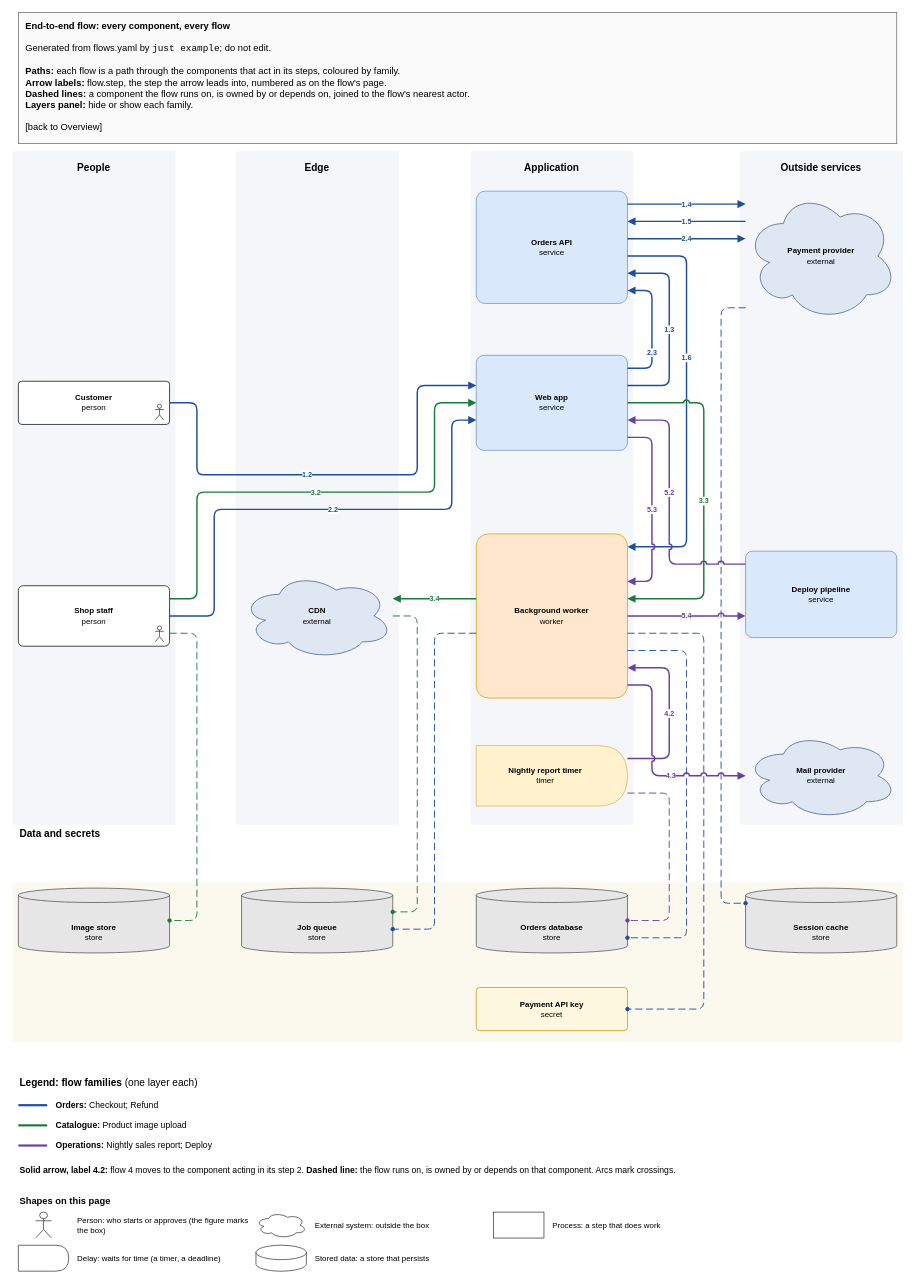
This is page "End-to-end flow" (2 of 7) of specialists/platform/skill-drawio/examples/shop/drawio/flows.drawio from amalikn/skills_stuff, a draw.io file, before an edit. Source tidied: cells renumbered, new cells numbered last; positions are measured from the earlier drawing's top-left corner, leaving out a move shared by most shapes. Both pictures are drawn from the tidied source at 72%, with x=0, y=0 at pixel (12, 12).
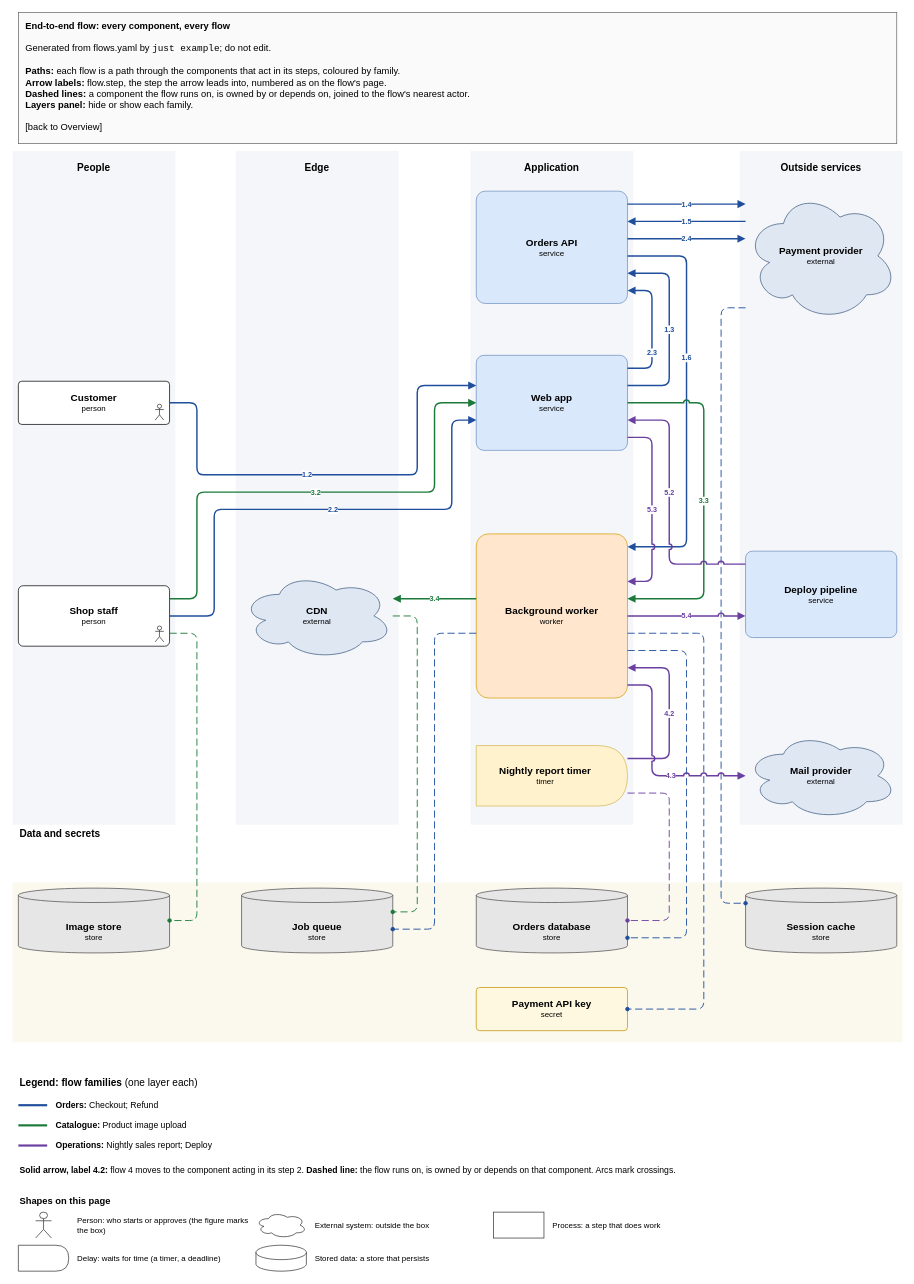
The same page after the edit.

Change to the diagram source:
```diff
@@
-    <mxCell id="16" value="&lt;b&gt;Customer&lt;/b&gt;&lt;br&gt;person" style="rounded=1;whiteSpace=wrap;html=1;fillColor=#ffffff;strokeColor=#000000;fontSize=11;arcSize=8;fontSize=11;verticalAlign=middle;spacingLeft=6;spacingRight=6;" parent="1" vertex="1">
+    <mxCell id="16" value="&lt;span style=&quot;font-size:125%&quot;&gt;&lt;b&gt;Customer&lt;/b&gt;&lt;/span&gt;&lt;br&gt;person" style="rounded=1;whiteSpace=wrap;html=1;fillColor=#ffffff;strokeColor=#000000;fontSize=11;arcSize=8;fontSize=11;verticalAlign=middle;spacingLeft=6;spacingRight=6;" parent="1" vertex="1">
       <mxGeometry x="8" y="512" width="210" height="60" as="geometry" />
     </mxCell>
@@
-    <mxCell id="18" value="&lt;b&gt;Shop staff&lt;/b&gt;&lt;br&gt;person" style="rounded=1;whiteSpace=wrap;html=1;fillColor=#ffffff;strokeColor=#000000;fontSize=11;arcSize=8;fontSize=11;verticalAlign=middle;spacingLeft=6;spacingRight=6;" parent="1" vertex="1">
+    <mxCell id="18" value="&lt;span style=&quot;font-size:125%&quot;&gt;&lt;b&gt;Shop staff&lt;/b&gt;&lt;/span&gt;&lt;br&gt;person" style="rounded=1;whiteSpace=wrap;html=1;fillColor=#ffffff;strokeColor=#000000;fontSize=11;arcSize=8;fontSize=11;verticalAlign=middle;spacingLeft=6;spacingRight=6;" parent="1" vertex="1">
       <mxGeometry x="8" y="796" width="210" height="84" as="geometry" />
     </mxCell>
@@
-    <mxCell id="20" value="&lt;b&gt;CDN&lt;/b&gt;&lt;br&gt;external" style="rounded=1;whiteSpace=wrap;html=1;fillColor=#dfe7f3;strokeColor=#3d5a80;fontSize=11;arcSize=8;fontSize=11;verticalAlign=middle;spacingLeft=6;spacingRight=6;ellipse;shape=cloud;spacingLeft=16;spacingRight=16;spacingTop=10;align=center;verticalAlign=middle;spacingLeft=34;spacingRight=34;spacingTop=10;spacingBottom=10;" parent="1" vertex="1">
+    <mxCell id="20" value="&lt;span style=&quot;font-size:125%&quot;&gt;&lt;b&gt;CDN&lt;/b&gt;&lt;/span&gt;&lt;br&gt;external" style="rounded=1;whiteSpace=wrap;html=1;fillColor=#dfe7f3;strokeColor=#3d5a80;fontSize=11;arcSize=8;fontSize=11;verticalAlign=middle;spacingLeft=6;spacingRight=6;ellipse;shape=cloud;spacingLeft=16;spacingRight=16;spacingTop=10;align=center;verticalAlign=middle;spacingLeft=34;spacingRight=34;spacingTop=10;spacingBottom=10;" parent="1" vertex="1">
       <mxGeometry x="318" y="778" width="210" height="120" as="geometry" />
     </mxCell>
-    <mxCell id="21" value="&lt;b&gt;Web app&lt;/b&gt;&lt;br&gt;service" style="rounded=1;whiteSpace=wrap;html=1;fillColor=#dae8fc;strokeColor=#6c8ebf;fontSize=11;arcSize=8;fontSize=11;verticalAlign=middle;spacingLeft=6;spacingRight=6;" parent="1" vertex="1">
+    <mxCell id="21" value="&lt;span style=&quot;font-size:125%&quot;&gt;&lt;b&gt;Web app&lt;/b&gt;&lt;/span&gt;&lt;br&gt;service" style="rounded=1;whiteSpace=wrap;html=1;fillColor=#dae8fc;strokeColor=#6c8ebf;fontSize=11;arcSize=8;fontSize=11;verticalAlign=middle;spacingLeft=6;spacingRight=6;" parent="1" vertex="1">
       <mxGeometry x="644" y="476" width="210" height="132" as="geometry" />
     </mxCell>
-    <mxCell id="22" value="&lt;b&gt;Orders API&lt;/b&gt;&lt;br&gt;service" style="rounded=1;whiteSpace=wrap;html=1;fillColor=#dae8fc;strokeColor=#6c8ebf;fontSize=11;arcSize=8;fontSize=11;verticalAlign=middle;spacingLeft=6;spacingRight=6;" parent="1" vertex="1">
+    <mxCell id="22" value="&lt;span style=&quot;font-size:125%&quot;&gt;&lt;b&gt;Orders API&lt;/b&gt;&lt;/span&gt;&lt;br&gt;service" style="rounded=1;whiteSpace=wrap;html=1;fillColor=#dae8fc;strokeColor=#6c8ebf;fontSize=11;arcSize=8;fontSize=11;verticalAlign=middle;spacingLeft=6;spacingRight=6;" parent="1" vertex="1">
       <mxGeometry x="644" y="248" width="210" height="156" as="geometry" />
     </mxCell>
-    <mxCell id="23" value="&lt;b&gt;Background worker&lt;/b&gt;&lt;br&gt;worker" style="rounded=1;whiteSpace=wrap;html=1;fillColor=#ffe6cc;strokeColor=#d79b00;fontSize=11;arcSize=8;fontSize=11;verticalAlign=middle;spacingLeft=6;spacingRight=6;" parent="1" vertex="1">
+    <mxCell id="23" value="&lt;span style=&quot;font-size:125%&quot;&gt;&lt;b&gt;Background worker&lt;/b&gt;&lt;/span&gt;&lt;br&gt;worker" style="rounded=1;whiteSpace=wrap;html=1;fillColor=#ffe6cc;strokeColor=#d79b00;fontSize=11;arcSize=8;fontSize=11;verticalAlign=middle;spacingLeft=6;spacingRight=6;" parent="1" vertex="1">
       <mxGeometry x="644" y="724" width="210" height="228" as="geometry" />
     </mxCell>
-    <mxCell id="24" value="&lt;b&gt;Nightly report timer&lt;/b&gt;&lt;br&gt;timer" style="rounded=1;whiteSpace=wrap;html=1;fillColor=#fff2cc;strokeColor=#d6b656;fontSize=11;arcSize=8;fontSize=11;verticalAlign=middle;spacingLeft=6;spacingRight=6;shape=delay;spacingRight=24;" parent="1" vertex="1">
+    <mxCell id="24" value="&lt;span style=&quot;font-size:125%&quot;&gt;&lt;b&gt;Nightly report timer&lt;/b&gt;&lt;/span&gt;&lt;br&gt;timer" style="rounded=1;whiteSpace=wrap;html=1;fillColor=#fff2cc;strokeColor=#d6b656;fontSize=11;arcSize=8;fontSize=11;verticalAlign=middle;spacingLeft=6;spacingRight=6;shape=delay;spacingRight=24;" parent="1" vertex="1">
       <mxGeometry x="644" y="1018" width="210" height="84" as="geometry" />
     </mxCell>
-    <mxCell id="25" value="&lt;b&gt;Orders database&lt;/b&gt;&lt;br&gt;store" style="rounded=1;whiteSpace=wrap;html=1;fillColor=#e6e6e6;strokeColor=#4d4d4d;fontSize=11;arcSize=8;fontSize=11;verticalAlign=middle;spacingLeft=6;spacingRight=6;shape=cylinder3;boundedLbl=1;backgroundOutline=1;size=10;verticalAlign=middle;spacingTop=16;spacingBottom=2;" parent="1" vertex="1">
+    <mxCell id="25" value="&lt;span style=&quot;font-size:125%&quot;&gt;&lt;b&gt;Orders database&lt;/b&gt;&lt;/span&gt;&lt;br&gt;store" style="rounded=1;whiteSpace=wrap;html=1;fillColor=#e6e6e6;strokeColor=#4d4d4d;fontSize=11;arcSize=8;fontSize=11;verticalAlign=middle;spacingLeft=6;spacingRight=6;shape=cylinder3;boundedLbl=1;backgroundOutline=1;size=10;verticalAlign=middle;spacingTop=16;spacingBottom=2;" parent="1" vertex="1">
       <mxGeometry x="644" y="1216" width="210" height="90" as="geometry" />
     </mxCell>
-    <mxCell id="26" value="&lt;b&gt;Job queue&lt;/b&gt;&lt;br&gt;store" style="rounded=1;whiteSpace=wrap;html=1;fillColor=#e6e6e6;strokeColor=#4d4d4d;fontSize=11;arcSize=8;fontSize=11;verticalAlign=middle;spacingLeft=6;spacingRight=6;shape=cylinder3;boundedLbl=1;backgroundOutline=1;size=10;verticalAlign=middle;spacingTop=16;spacingBottom=2;" parent="1" vertex="1">
+    <mxCell id="26" value="&lt;span style=&quot;font-size:125%&quot;&gt;&lt;b&gt;Job queue&lt;/b&gt;&lt;/span&gt;&lt;br&gt;store" style="rounded=1;whiteSpace=wrap;html=1;fillColor=#e6e6e6;strokeColor=#4d4d4d;fontSize=11;arcSize=8;fontSize=11;verticalAlign=middle;spacingLeft=6;spacingRight=6;shape=cylinder3;boundedLbl=1;backgroundOutline=1;size=10;verticalAlign=middle;spacingTop=16;spacingBottom=2;" parent="1" vertex="1">
       <mxGeometry x="318" y="1216" width="210" height="90" as="geometry" />
     </mxCell>
-    <mxCell id="27" value="&lt;b&gt;Session cache&lt;/b&gt;&lt;br&gt;store" style="rounded=1;whiteSpace=wrap;html=1;fillColor=#e6e6e6;strokeColor=#4d4d4d;fontSize=11;arcSize=8;fontSize=11;verticalAlign=middle;spacingLeft=6;spacingRight=6;shape=cylinder3;boundedLbl=1;backgroundOutline=1;size=10;verticalAlign=middle;spacingTop=16;spacingBottom=2;" parent="1" vertex="1">
+    <mxCell id="27" value="&lt;span style=&quot;font-size:125%&quot;&gt;&lt;b&gt;Session cache&lt;/b&gt;&lt;/span&gt;&lt;br&gt;store" style="rounded=1;whiteSpace=wrap;html=1;fillColor=#e6e6e6;strokeColor=#4d4d4d;fontSize=11;arcSize=8;fontSize=11;verticalAlign=middle;spacingLeft=6;spacingRight=6;shape=cylinder3;boundedLbl=1;backgroundOutline=1;size=10;verticalAlign=middle;spacingTop=16;spacingBottom=2;" parent="1" vertex="1">
       <mxGeometry x="1018" y="1216" width="210" height="90" as="geometry" />
     </mxCell>
-    <mxCell id="28" value="&lt;b&gt;Image store&lt;/b&gt;&lt;br&gt;store" style="rounded=1;whiteSpace=wrap;html=1;fillColor=#e6e6e6;strokeColor=#4d4d4d;fontSize=11;arcSize=8;fontSize=11;verticalAlign=middle;spacingLeft=6;spacingRight=6;shape=cylinder3;boundedLbl=1;backgroundOutline=1;size=10;verticalAlign=middle;spacingTop=16;spacingBottom=2;" parent="1" vertex="1">
+    <mxCell id="28" value="&lt;span style=&quot;font-size:125%&quot;&gt;&lt;b&gt;Image store&lt;/b&gt;&lt;/span&gt;&lt;br&gt;store" style="rounded=1;whiteSpace=wrap;html=1;fillColor=#e6e6e6;strokeColor=#4d4d4d;fontSize=11;arcSize=8;fontSize=11;verticalAlign=middle;spacingLeft=6;spacingRight=6;shape=cylinder3;boundedLbl=1;backgroundOutline=1;size=10;verticalAlign=middle;spacingTop=16;spacingBottom=2;" parent="1" vertex="1">
       <mxGeometry x="8" y="1216" width="210" height="90" as="geometry" />
     </mxCell>
-    <mxCell id="29" value="&lt;b&gt;Payment API key&lt;/b&gt;&lt;br&gt;secret" style="rounded=1;whiteSpace=wrap;html=1;fillColor=#fff8e1;strokeColor=#bf9000;fontSize=11;arcSize=8;fontSize=11;verticalAlign=middle;spacingLeft=6;spacingRight=6;" parent="1" vertex="1">
+    <mxCell id="29" value="&lt;span style=&quot;font-size:125%&quot;&gt;&lt;b&gt;Payment API key&lt;/b&gt;&lt;/span&gt;&lt;br&gt;secret" style="rounded=1;whiteSpace=wrap;html=1;fillColor=#fff8e1;strokeColor=#bf9000;fontSize=11;arcSize=8;fontSize=11;verticalAlign=middle;spacingLeft=6;spacingRight=6;" parent="1" vertex="1">
       <mxGeometry x="644" y="1354" width="210" height="60" as="geometry" />
     </mxCell>
-    <mxCell id="30" value="&lt;b&gt;Payment provider&lt;/b&gt;&lt;br&gt;external" style="rounded=1;whiteSpace=wrap;html=1;fillColor=#dfe7f3;strokeColor=#3d5a80;fontSize=11;arcSize=8;fontSize=11;verticalAlign=middle;spacingLeft=6;spacingRight=6;ellipse;shape=cloud;spacingLeft=16;spacingRight=16;spacingTop=10;align=center;verticalAlign=middle;spacingLeft=34;spacingRight=34;spacingTop=10;spacingBottom=10;" parent="1" vertex="1">
+    <mxCell id="30" value="&lt;span style=&quot;font-size:125%&quot;&gt;&lt;b&gt;Payment provider&lt;/b&gt;&lt;/span&gt;&lt;br&gt;external" style="rounded=1;whiteSpace=wrap;html=1;fillColor=#dfe7f3;strokeColor=#3d5a80;fontSize=11;arcSize=8;fontSize=11;verticalAlign=middle;spacingLeft=6;spacingRight=6;ellipse;shape=cloud;spacingLeft=16;spacingRight=16;spacingTop=10;align=center;verticalAlign=middle;spacingLeft=34;spacingRight=34;spacingTop=10;spacingBottom=10;" parent="1" vertex="1">
       <mxGeometry x="1018" y="248" width="210" height="180" as="geometry" />
     </mxCell>
-    <mxCell id="31" value="&lt;b&gt;Mail provider&lt;/b&gt;&lt;br&gt;external" style="rounded=1;whiteSpace=wrap;html=1;fillColor=#dfe7f3;strokeColor=#3d5a80;fontSize=11;arcSize=8;fontSize=11;verticalAlign=middle;spacingLeft=6;spacingRight=6;ellipse;shape=cloud;spacingLeft=16;spacingRight=16;spacingTop=10;align=center;verticalAlign=middle;spacingLeft=34;spacingRight=34;spacingTop=10;spacingBottom=10;" parent="1" vertex="1">
+    <mxCell id="31" value="&lt;span style=&quot;font-size:125%&quot;&gt;&lt;b&gt;Mail provider&lt;/b&gt;&lt;/span&gt;&lt;br&gt;external" style="rounded=1;whiteSpace=wrap;html=1;fillColor=#dfe7f3;strokeColor=#3d5a80;fontSize=11;arcSize=8;fontSize=11;verticalAlign=middle;spacingLeft=6;spacingRight=6;ellipse;shape=cloud;spacingLeft=16;spacingRight=16;spacingTop=10;align=center;verticalAlign=middle;spacingLeft=34;spacingRight=34;spacingTop=10;spacingBottom=10;" parent="1" vertex="1">
       <mxGeometry x="1018" y="1000" width="210" height="120" as="geometry" />
     </mxCell>
-    <mxCell id="32" value="&lt;b&gt;Deploy pipeline&lt;/b&gt;&lt;br&gt;service" style="rounded=1;whiteSpace=wrap;html=1;fillColor=#dae8fc;strokeColor=#6c8ebf;fontSize=11;arcSize=8;fontSize=11;verticalAlign=middle;spacingLeft=6;spacingRight=6;" parent="1" vertex="1">
+    <mxCell id="32" value="&lt;span style=&quot;font-size:125%&quot;&gt;&lt;b&gt;Deploy pipeline&lt;/b&gt;&lt;/span&gt;&lt;br&gt;service" style="rounded=1;whiteSpace=wrap;html=1;fillColor=#dae8fc;strokeColor=#6c8ebf;fontSize=11;arcSize=8;fontSize=11;verticalAlign=middle;spacingLeft=6;spacingRight=6;" parent="1" vertex="1">
       <mxGeometry x="1018" y="748" width="210" height="120" as="geometry" />
     </mxCell>
```
